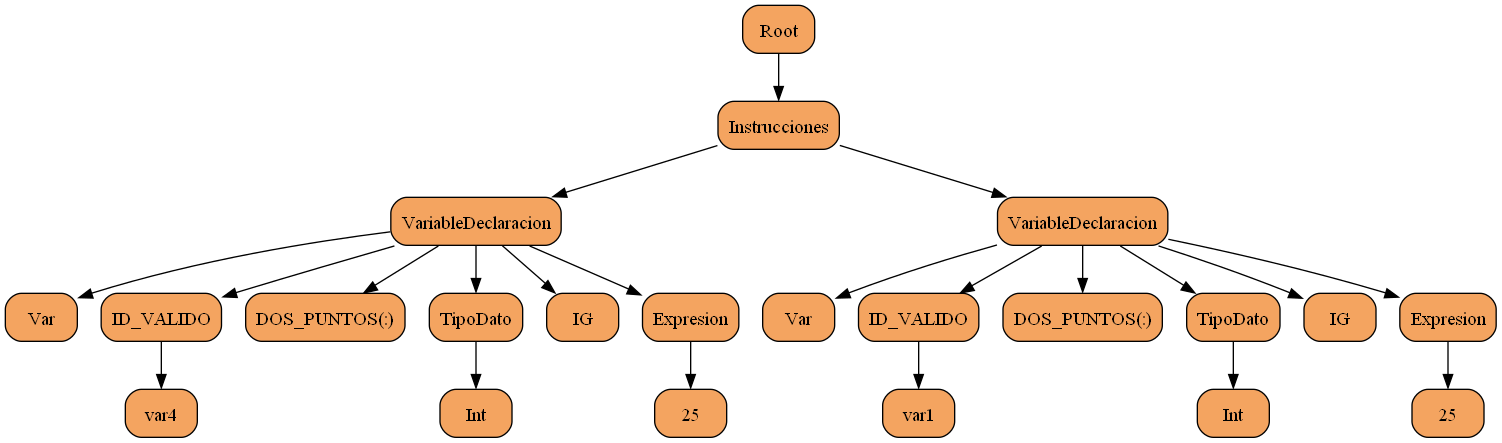
Above: Backend/cst.png in HenrryBran-Hub/Proyecto-1 (Graphviz), before the change. Its source is kept beside it as Backend/cst.dot. Source of this version:
```dot
digraph CST {
19[label="Var" , shape=box, style="filled,rounded", fillcolor="#F4A460"];
17[label="var4" , shape=box, style="filled,rounded", fillcolor="#F4A460"];
18[label="ID_VALIDO" , shape=box, style="filled,rounded", fillcolor="#F4A460"];
18->17;
16[label="DOS_PUNTOS(:)" , shape=box, style="filled,rounded", fillcolor="#F4A460"];
14[label="Int" , shape=box, style="filled,rounded", fillcolor="#F4A460"];
15[label="TipoDato" , shape=box, style="filled,rounded", fillcolor="#F4A460"];
15->14;
13[label="IG" , shape=box, style="filled,rounded", fillcolor="#F4A460"];
11[label="25" , shape=box, style="filled,rounded", fillcolor="#F4A460"];
12[label="Expresion" , shape=box, style="filled,rounded", fillcolor="#F4A460"];
12->11;
20[label="VariableDeclaracion" , shape=box, style="filled,rounded", fillcolor="#F4A460"];
20->19;
20->18;
20->16;
20->15;
20->13;
20->12;
9[label="Var" , shape=box, style="filled,rounded", fillcolor="#F4A460"];
7[label="var1" , shape=box, style="filled,rounded", fillcolor="#F4A460"];
8[label="ID_VALIDO" , shape=box, style="filled,rounded", fillcolor="#F4A460"];
8->7;
6[label="DOS_PUNTOS(:)" , shape=box, style="filled,rounded", fillcolor="#F4A460"];
4[label="Int" , shape=box, style="filled,rounded", fillcolor="#F4A460"];
5[label="TipoDato" , shape=box, style="filled,rounded", fillcolor="#F4A460"];
5->4;
3[label="IG" , shape=box, style="filled,rounded", fillcolor="#F4A460"];
1[label="25" , shape=box, style="filled,rounded", fillcolor="#F4A460"];
2[label="Expresion" , shape=box, style="filled,rounded", fillcolor="#F4A460"];
2->1;
10[label="VariableDeclaracion" , shape=box, style="filled,rounded", fillcolor="#F4A460"];
10->9;
10->8;
10->6;
10->5;
10->3;
10->2;
21[label="Instrucciones" , shape=box, style="filled,rounded", fillcolor="#F4A460"];
21->20;
21->10;
22[label="Root" , shape=box, style="filled,rounded", fillcolor="#F4A460"];
22->21;
}
```
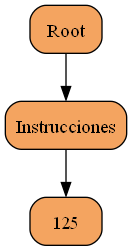
Above is the later version.

Change to the diagram source:
```diff
@@ -1,45 +1,7 @@
 digraph CST {
-19[label="Var" , shape=box, style="filled,rounded", fillcolor="#F4A460"];
-17[label="var4" , shape=box, style="filled,rounded", fillcolor="#F4A460"];
-18[label="ID_VALIDO" , shape=box, style="filled,rounded", fillcolor="#F4A460"];
-18->17;
-16[label="DOS_PUNTOS(:)" , shape=box, style="filled,rounded", fillcolor="#F4A460"];
-14[label="Int" , shape=box, style="filled,rounded", fillcolor="#F4A460"];
-15[label="TipoDato" , shape=box, style="filled,rounded", fillcolor="#F4A460"];
-15->14;
-13[label="IG" , shape=box, style="filled,rounded", fillcolor="#F4A460"];
-11[label="25" , shape=box, style="filled,rounded", fillcolor="#F4A460"];
-12[label="Expresion" , shape=box, style="filled,rounded", fillcolor="#F4A460"];
-12->11;
-20[label="VariableDeclaracion" , shape=box, style="filled,rounded", fillcolor="#F4A460"];
-20->19;
-20->18;
-20->16;
-20->15;
-20->13;
-20->12;
-9[label="Var" , shape=box, style="filled,rounded", fillcolor="#F4A460"];
-7[label="var1" , shape=box, style="filled,rounded", fillcolor="#F4A460"];
-8[label="ID_VALIDO" , shape=box, style="filled,rounded", fillcolor="#F4A460"];
-8->7;
-6[label="DOS_PUNTOS(:)" , shape=box, style="filled,rounded", fillcolor="#F4A460"];
-4[label="Int" , shape=box, style="filled,rounded", fillcolor="#F4A460"];
-5[label="TipoDato" , shape=box, style="filled,rounded", fillcolor="#F4A460"];
-5->4;
-3[label="IG" , shape=box, style="filled,rounded", fillcolor="#F4A460"];
-1[label="25" , shape=box, style="filled,rounded", fillcolor="#F4A460"];
-2[label="Expresion" , shape=box, style="filled,rounded", fillcolor="#F4A460"];
-2->1;
-10[label="VariableDeclaracion" , shape=box, style="filled,rounded", fillcolor="#F4A460"];
-10->9;
-10->8;
-10->6;
-10->5;
-10->3;
-10->2;
-21[label="Instrucciones" , shape=box, style="filled,rounded", fillcolor="#F4A460"];
-21->20;
-21->10;
-22[label="Root" , shape=box, style="filled,rounded", fillcolor="#F4A460"];
-22->21;
+125[label="125" , shape=box, style="filled,rounded", fillcolor="#F4A460"];
+126[label="Instrucciones" , shape=box, style="filled,rounded", fillcolor="#F4A460"];
+126->125;
+127[label="Root" , shape=box, style="filled,rounded", fillcolor="#F4A460"];
+127->126;
 }
```
